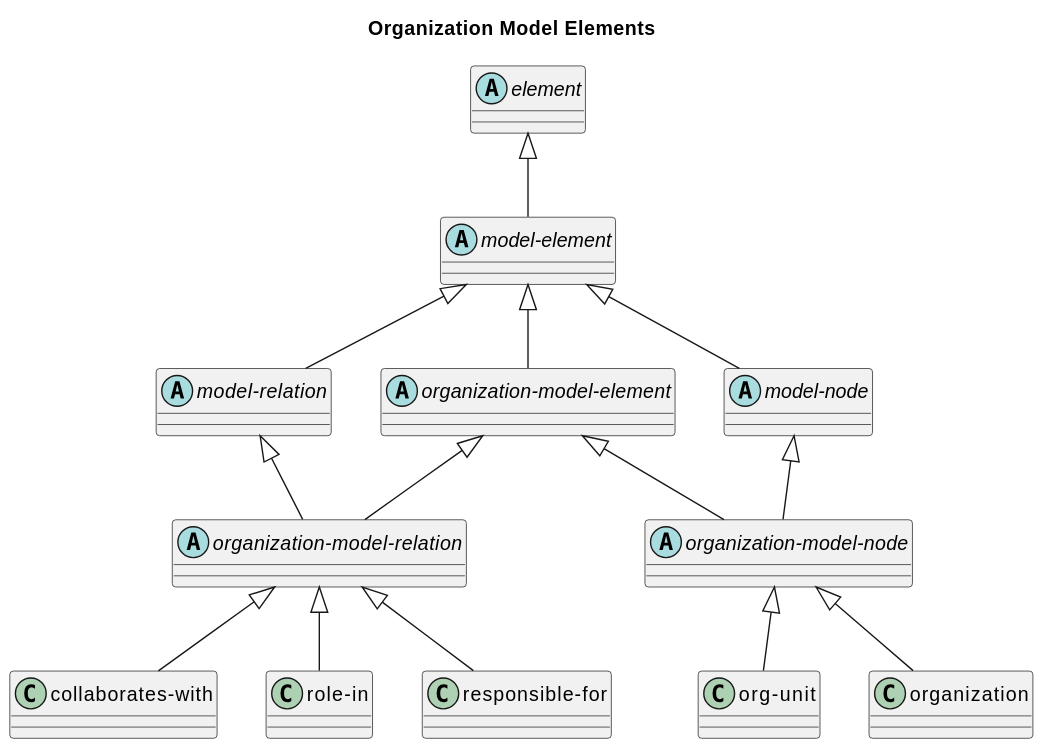
Above: doc/images/overarch/data-model/organization-model-elements.svg in soulspace-org/overarch (PlantUML), before the change.
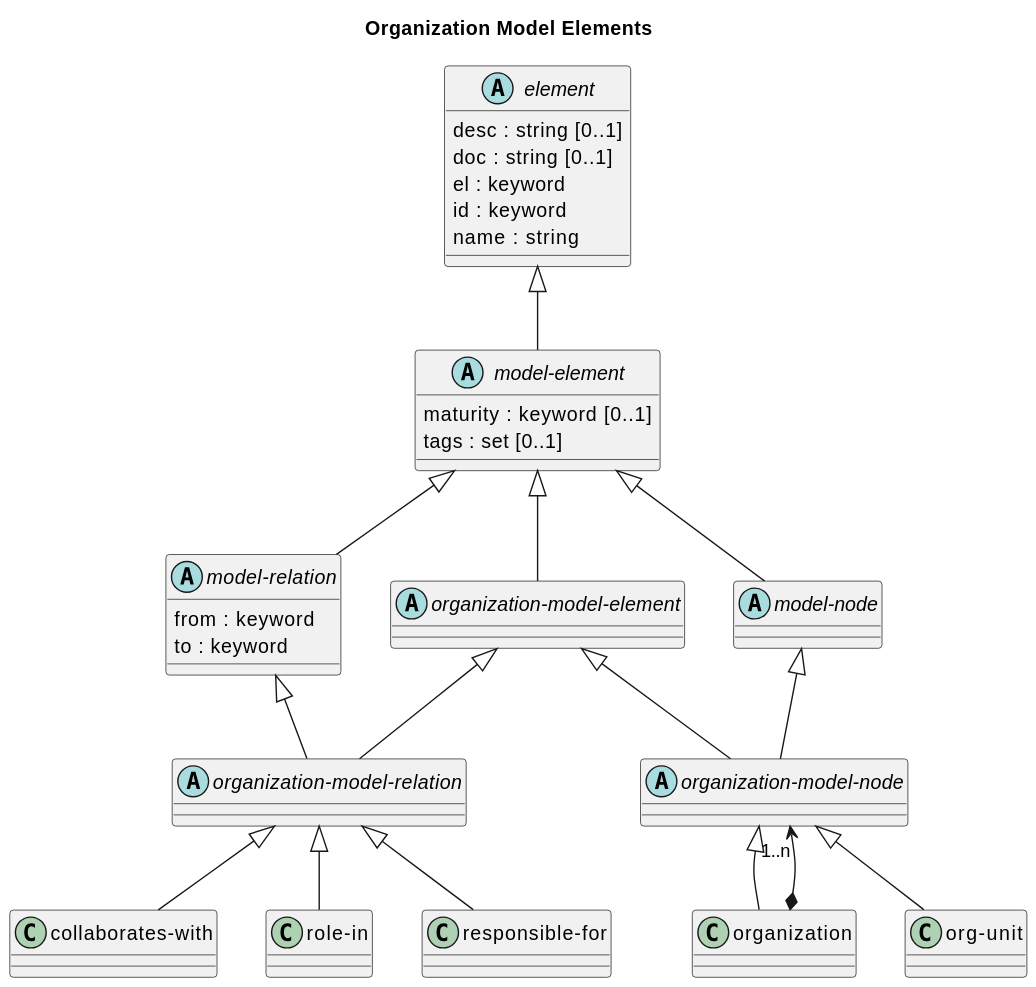
Above is the later version.

Commit message:
update data model diagrams

The edit, as a diff of the source:
```diff
@@ -1,20 +1,33 @@
 @startuml
 title Organization Model Elements
 
-abstract class "element" as overarch_dataModel_element {}
 abstract class "organization-model-relation" as overarch_dataModel_organizationModelRelation {}
+abstract class "model-element" as overarch_dataModel_modelElement {
+  maturity : keyword [0..1]
+  tags : set [0..1]
+}
 class "org-unit" as overarch_dataModel_orgUnit {}
 abstract class "organization-model-element" as overarch_dataModel_organizationModelElement {}
 class "collaborates-with" as overarch_dataModel_collaboratesWith {}
 class "role-in" as overarch_dataModel_roleIn {}
 abstract class "model-node" as overarch_dataModel_modelNode {}
 class "responsible-for" as overarch_dataModel_responsibleFor {}
+abstract class "model-relation" as overarch_dataModel_modelRelation {
+  from : keyword
+  to : keyword
+}
 class "organization" as overarch_dataModel_organization {}
-abstract class "model-relation" as overarch_dataModel_modelRelation {}
-abstract class "model-element" as overarch_dataModel_modelElement {}
+abstract class "element" as overarch_dataModel_element {
+  desc : string [0..1]
+  doc : string [0..1]
+  el : keyword
+  id : keyword
+  name : string
+}
 abstract class "organization-model-node" as overarch_dataModel_organizationModelNode {}
 overarch_dataModel_element <|-- overarch_dataModel_modelElement
 overarch_dataModel_modelElement <|-- overarch_dataModel_modelNode
+overarch_dataModel_organization *-->  "1..n" overarch_dataModel_organizationModelNode
 overarch_dataModel_modelRelation <|-- overarch_dataModel_organizationModelRelation
 overarch_dataModel_organizationModelElement <|-- overarch_dataModel_organizationModelNode
 overarch_dataModel_organizationModelRelation <|-- overarch_dataModel_collaboratesWith
```
